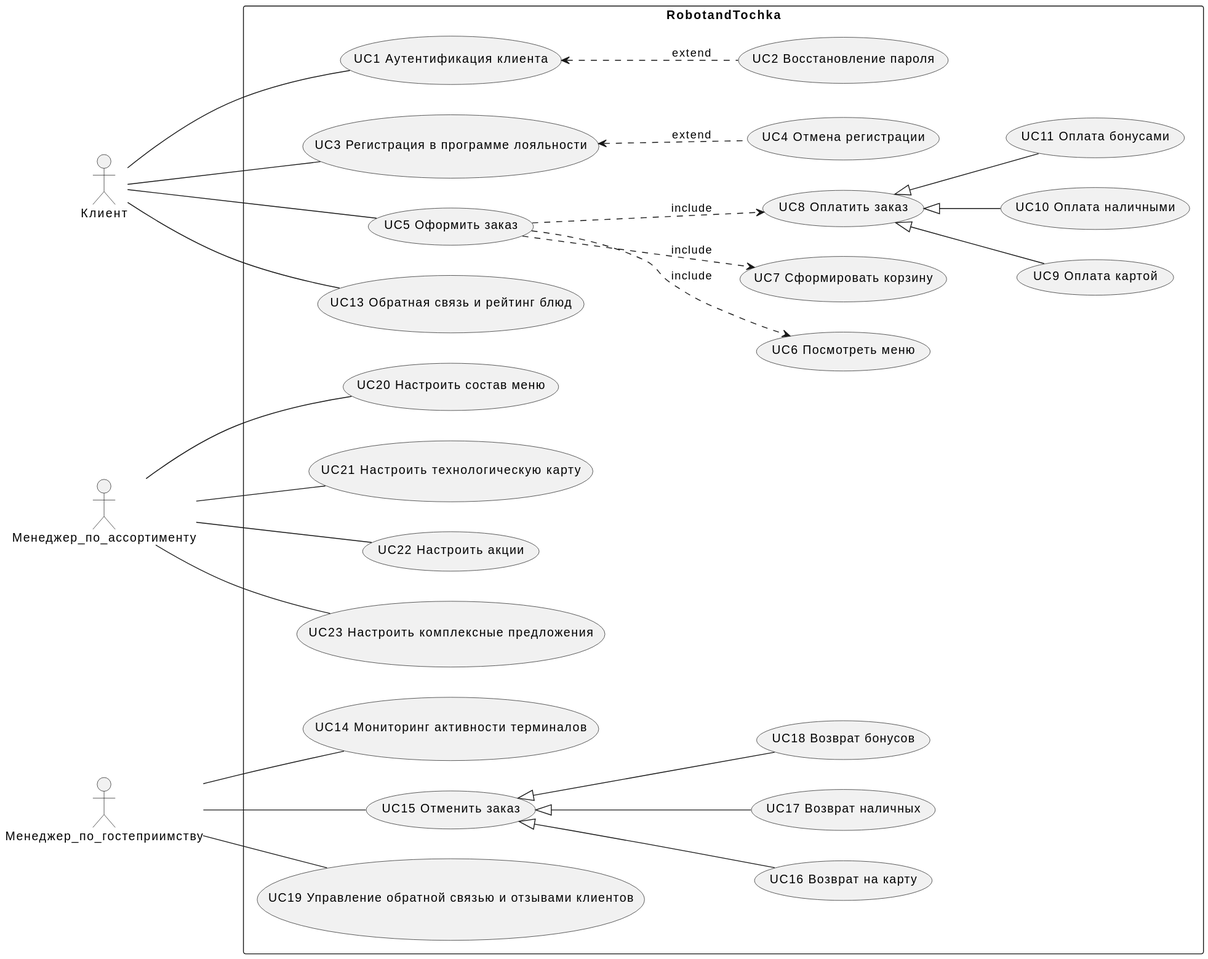
xxx996/OTUS_Restaraunt keeps this PlantUML diagram as docs/diagrams/include/UC.svg. Above is the earlier version.
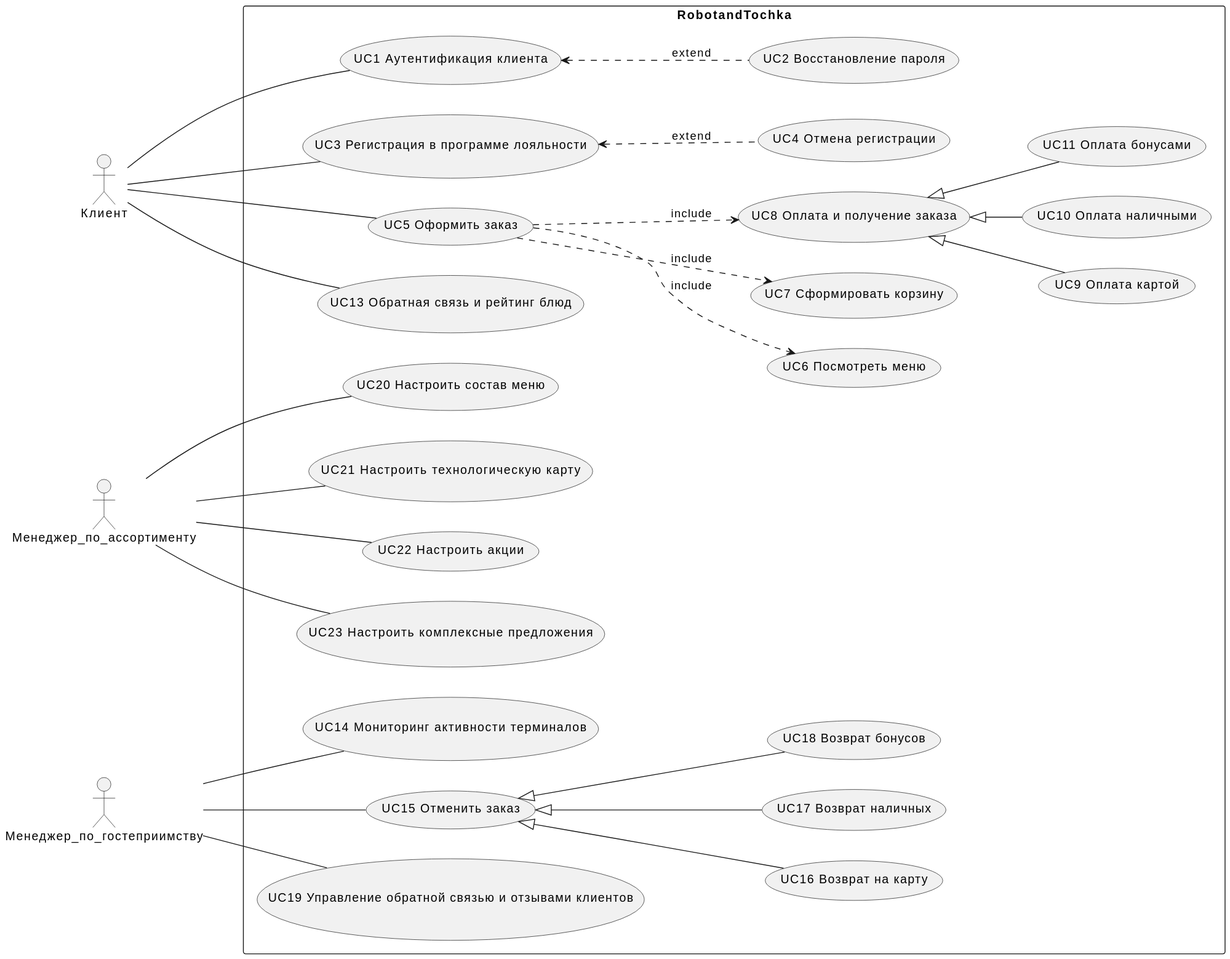
The same diagram one commit later.

What changed in the source:
```diff
@@ -14,7 +14,7 @@
     usecase (UC5 Оформить заказ) as UC5
     usecase (UC6 Посмотреть меню) as UC6
     usecase (UC7 Сформировать корзину) as UC7
-    usecase (UC8 Оплатить заказ) as UC8
+    usecase (UC8 Оплата и получение заказа) as UC8
     usecase (UС9 Оплата картой) as UC9
     usecase (UС10 Оплата наличными) as UC10
     usecase (UС11 Оплата бонусами) as UC11
```
